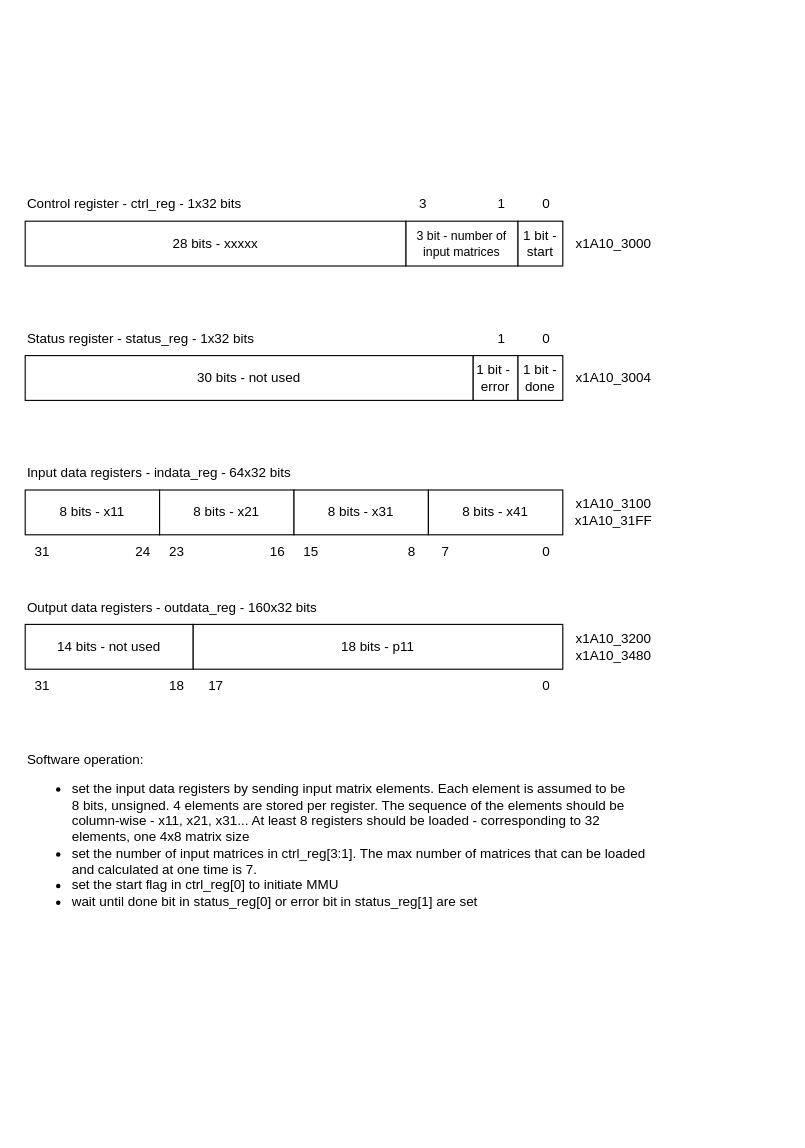
The draw.io diagram page "APB MMU and Conv RegMap" (1 of 6) of Diagrams.drawio in thevenus/etin35-pulpino, before the edit. Source tidied: cells renumbered, new cells numbered last; positions are measured from the earlier drawing's top-left corner, leaving out a move shared by most shapes. Both pictures are drawn from the tidied source at 112%, with x=0, y=0 at pixel (19, 187).
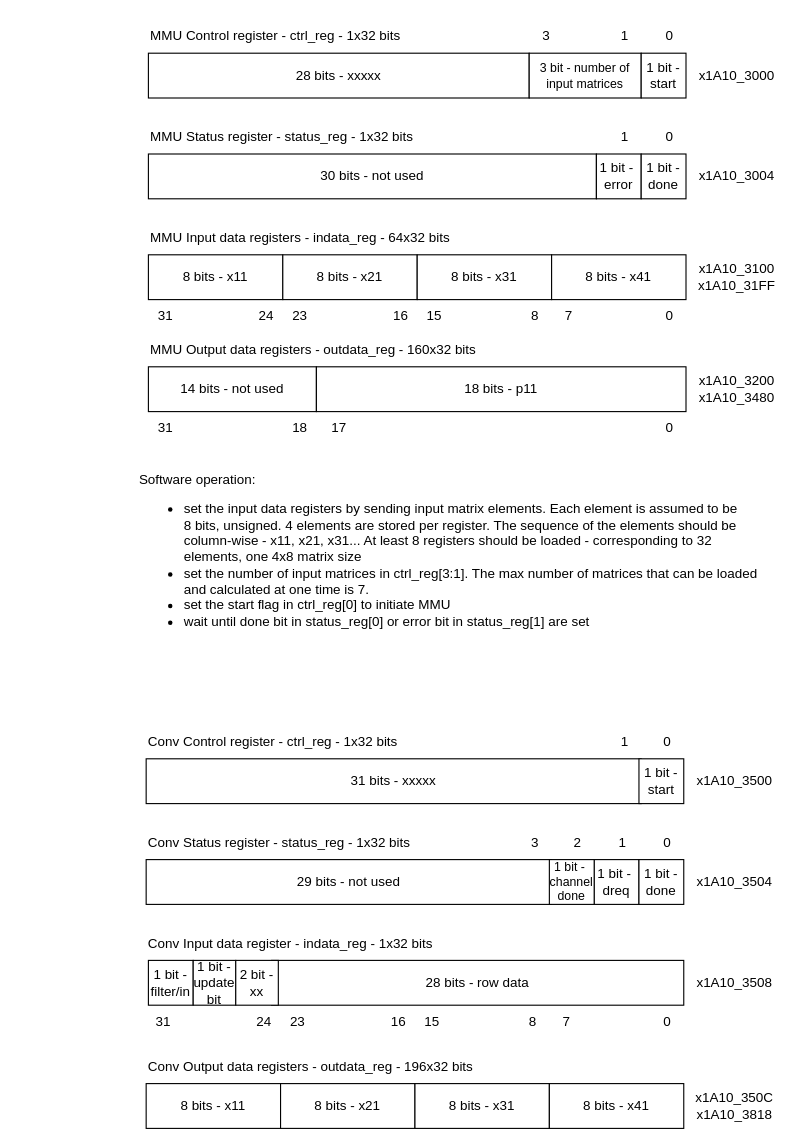
Above is the later version.

Commit message:
Updated the register map

Diff of the diagram source:
```diff
@@
     <mxCell id="2" value="8 bits - x11" style="rounded=0;whiteSpace=wrap;html=1;" parent="1" vertex="1">
-      <mxGeometry x="5" y="270" width="120" height="40" as="geometry" />
+      <mxGeometry x="115" y="60" width="120" height="40" as="geometry" />
     </mxCell>
     <mxCell id="3" value="8 bits - x21" style="rounded=0;whiteSpace=wrap;html=1;" parent="1" vertex="1">
-      <mxGeometry x="125" y="270" width="120" height="40" as="geometry" />
+      <mxGeometry x="235" y="60" width="120" height="40" as="geometry" />
     </mxCell>
     <mxCell id="4" value="8 bits - x31" style="rounded=0;whiteSpace=wrap;html=1;" parent="1" vertex="1">
-      <mxGeometry x="245" y="270" width="120" height="40" as="geometry" />
+      <mxGeometry x="355" y="60" width="120" height="40" as="geometry" />
     </mxCell>
     <mxCell id="5" value="8 bits - x41" style="rounded=0;whiteSpace=wrap;html=1;" parent="1" vertex="1">
-      <mxGeometry x="365" y="270" width="120" height="40" as="geometry" />
+      <mxGeometry x="475" y="60" width="120" height="40" as="geometry" />
     </mxCell>
-    <mxCell id="6" value="Input data registers - indata_reg - 64x32 bits" style="text;html=1;align=left;verticalAlign=middle;strokeColor=none;fillColor=none;" parent="1" vertex="1">
-      <mxGeometry x="5" y="240" width="260" height="30" as="geometry" />
+    <mxCell id="6" value="MMU Input data registers - indata_reg - 64x32 bits" style="text;html=1;align=left;verticalAlign=middle;strokeColor=none;fillColor=none;" parent="1" vertex="1">
+      <mxGeometry x="115" y="30" width="290" height="30" as="geometry" />
     </mxCell>
     <mxCell id="7" value="&lt;div&gt;x1A10_3100&lt;/div&gt;&lt;div&gt;x1A10_31FF&lt;/div&gt;" style="text;html=1;align=center;verticalAlign=middle;strokeColor=none;fillColor=none;" parent="1" vertex="1">
-      <mxGeometry x="485" y="270" width="90" height="40" as="geometry" />
+      <mxGeometry x="595" y="60" width="90" height="40" as="geometry" />
     </mxCell>
     <mxCell id="8" value="28 bits - xxxxx" style="rounded=0;whiteSpace=wrap;html=1;" parent="1" vertex="1">
-      <mxGeometry x="5" y="30" width="340" height="40" as="geometry" />
+      <mxGeometry x="115" y="-120" width="340" height="40" as="geometry" />
     </mxCell>
     <mxCell id="9" value="&lt;font style=&quot;font-size: 11px;&quot;&gt;3 bit - number of input matrices&lt;br&gt;&lt;/font&gt;" style="rounded=0;whiteSpace=wrap;html=1;" parent="1" vertex="1">
-      <mxGeometry x="345" y="30" width="100" height="40" as="geometry" />
+      <mxGeometry x="455" y="-120" width="100" height="40" as="geometry" />
     </mxCell>
     <mxCell id="10" value="1 bit - start" style="rounded=0;whiteSpace=wrap;html=1;" parent="1" vertex="1">
-      <mxGeometry x="445" y="30" width="40" height="40" as="geometry" />
+      <mxGeometry x="555" y="-120" width="40" height="40" as="geometry" />
     </mxCell>
-    <mxCell id="11" value="Control register - ctrl_reg - 1x32 bits" style="text;html=1;align=left;verticalAlign=middle;strokeColor=none;fillColor=none;" parent="1" vertex="1">
-      <mxGeometry x="5" width="210" height="30" as="geometry" />
+    <mxCell id="11" value="MMU Control register - ctrl_reg - 1x32 bits" style="text;html=1;align=left;verticalAlign=middle;strokeColor=none;fillColor=none;" parent="1" vertex="1">
+      <mxGeometry x="115" y="-150" width="250" height="30" as="geometry" />
     </mxCell>
     <mxCell id="12" value="&lt;div&gt;x1A10_3000&lt;/div&gt;" style="text;html=1;align=center;verticalAlign=middle;strokeColor=none;fillColor=none;" parent="1" vertex="1">
-      <mxGeometry x="485" y="35" width="90" height="30" as="geometry" />
+      <mxGeometry x="595" y="-115" width="90" height="30" as="geometry" />
     </mxCell>
     <mxCell id="13" value="30 bits - not used" style="rounded=0;whiteSpace=wrap;html=1;" parent="1" vertex="1">
-      <mxGeometry x="5" y="150" width="400" height="40" as="geometry" />
+      <mxGeometry x="115" y="-30" width="400" height="40" as="geometry" />
     </mxCell>
     <mxCell id="14" value="&lt;div&gt;1 bit -&amp;nbsp;&lt;/div&gt;&lt;div&gt;error&lt;/div&gt;" style="rounded=0;whiteSpace=wrap;html=1;" parent="1" vertex="1">
-      <mxGeometry x="405" y="150" width="40" height="40" as="geometry" />
+      <mxGeometry x="515" y="-30" width="40" height="40" as="geometry" />
     </mxCell>
     <mxCell id="15" value="1 bit - done" style="rounded=0;whiteSpace=wrap;html=1;" parent="1" vertex="1">
-      <mxGeometry x="445" y="150" width="40" height="40" as="geometry" />
+      <mxGeometry x="555" y="-30" width="40" height="40" as="geometry" />
     </mxCell>
-    <mxCell id="16" value="Status register - status_reg - 1x32 bits" style="text;html=1;align=left;verticalAlign=middle;strokeColor=none;fillColor=none;" parent="1" vertex="1">
-      <mxGeometry x="5" y="120" width="230" height="30" as="geometry" />
+    <mxCell id="16" value="MMU Status register - status_reg - 1x32 bits" style="text;html=1;align=left;verticalAlign=middle;strokeColor=none;fillColor=none;" parent="1" vertex="1">
+      <mxGeometry x="115" y="-60" width="260" height="30" as="geometry" />
     </mxCell>
     <mxCell id="17" value="&lt;div&gt;x1A10_3004&lt;/div&gt;" style="text;html=1;align=center;verticalAlign=middle;strokeColor=none;fillColor=none;" parent="1" vertex="1">
-      <mxGeometry x="485" y="155" width="90" height="30" as="geometry" />
+      <mxGeometry x="595" y="-25" width="90" height="30" as="geometry" />
     </mxCell>
     <mxCell id="18" value="0" style="text;html=1;align=center;verticalAlign=middle;strokeColor=none;fillColor=none;" parent="1" vertex="1">
-      <mxGeometry x="455" y="310" width="30" height="30" as="geometry" />
+      <mxGeometry x="565" y="100" width="30" height="30" as="geometry" />
     </mxCell>
     <mxCell id="19" value="7" style="text;html=1;align=center;verticalAlign=middle;strokeColor=none;fillColor=none;" parent="1" vertex="1">
-      <mxGeometry x="365" y="310" width="30" height="30" as="geometry" />
+      <mxGeometry x="475" y="100" width="30" height="30" as="geometry" />
     </mxCell>
     <mxCell id="20" value="15" style="text;html=1;align=center;verticalAlign=middle;strokeColor=none;fillColor=none;" parent="1" vertex="1">
-      <mxGeometry x="240" y="310" width="40" height="30" as="geometry" />
+      <mxGeometry x="350" y="100" width="40" height="30" as="geometry" />
     </mxCell>
     <mxCell id="21" value="8" style="text;html=1;align=center;verticalAlign=middle;strokeColor=none;fillColor=none;" parent="1" vertex="1">
-      <mxGeometry x="335" y="310" width="30" height="30" as="geometry" />
+      <mxGeometry x="445" y="100" width="30" height="30" as="geometry" />
     </mxCell>
     <mxCell id="22" value="23" style="text;html=1;align=center;verticalAlign=middle;strokeColor=none;fillColor=none;" parent="1" vertex="1">
-      <mxGeometry x="120" y="310" width="40" height="30" as="geometry" />
+      <mxGeometry x="230" y="100" width="40" height="30" as="geometry" />
     </mxCell>
     <mxCell id="23" value="16" style="text;html=1;align=center;verticalAlign=middle;strokeColor=none;fillColor=none;" parent="1" vertex="1">
-      <mxGeometry x="210" y="310" width="40" height="30" as="geometry" />
+      <mxGeometry x="320" y="100" width="40" height="30" as="geometry" />
     </mxCell>
     <mxCell id="24" value="31" style="text;html=1;align=center;verticalAlign=middle;strokeColor=none;fillColor=none;" parent="1" vertex="1">
-      <mxGeometry y="310" width="40" height="30" as="geometry" />
+      <mxGeometry x="110" y="100" width="40" height="30" as="geometry" />
     </mxCell>
     <mxCell id="25" value="24" style="text;html=1;align=center;verticalAlign=middle;strokeColor=none;fillColor=none;" parent="1" vertex="1">
-      <mxGeometry x="90" y="310" width="40" height="30" as="geometry" />
+      <mxGeometry x="200" y="100" width="40" height="30" as="geometry" />
     </mxCell>
     <mxCell id="26" value="0" style="text;html=1;align=center;verticalAlign=middle;strokeColor=none;fillColor=none;" parent="1" vertex="1">
-      <mxGeometry x="455" width="30" height="30" as="geometry" />
+      <mxGeometry x="565" y="-150" width="30" height="30" as="geometry" />
     </mxCell>
     <mxCell id="27" value="1" style="text;html=1;align=center;verticalAlign=middle;strokeColor=none;fillColor=none;" parent="1" vertex="1">
-      <mxGeometry x="415" width="30" height="30" as="geometry" />
+      <mxGeometry x="525" y="-150" width="30" height="30" as="geometry" />
     </mxCell>
     <mxCell id="28" value="3" style="text;html=1;align=center;verticalAlign=middle;strokeColor=none;fillColor=none;" parent="1" vertex="1">
-      <mxGeometry x="345" width="30" height="30" as="geometry" />
+      <mxGeometry x="455" y="-150" width="30" height="30" as="geometry" />
     </mxCell>
     <mxCell id="29" value="0" style="text;html=1;align=center;verticalAlign=middle;strokeColor=none;fillColor=none;" parent="1" vertex="1">
-      <mxGeometry x="455" y="120" width="30" height="30" as="geometry" />
+      <mxGeometry x="565" y="-60" width="30" height="30" as="geometry" />
     </mxCell>
     <mxCell id="30" value="1" style="text;html=1;align=center;verticalAlign=middle;strokeColor=none;fillColor=none;" parent="1" vertex="1">
-      <mxGeometry x="415" y="120" width="30" height="30" as="geometry" />
+      <mxGeometry x="525" y="-60" width="30" height="30" as="geometry" />
     </mxCell>
     <mxCell id="31" value="14 bits - not used" style="rounded=0;whiteSpace=wrap;html=1;" parent="1" vertex="1">
-      <mxGeometry x="5" y="390" width="150" height="40" as="geometry" />
+      <mxGeometry x="115" y="160" width="150" height="40" as="geometry" />
     </mxCell>
     <mxCell id="32" value="18 bits - p11" style="rounded=0;whiteSpace=wrap;html=1;" parent="1" vertex="1">
-      <mxGeometry x="155" y="390" width="330" height="40" as="geometry" />
+      <mxGeometry x="265" y="160" width="330" height="40" as="geometry" />
     </mxCell>
-    <mxCell id="33" value="Output data registers - outdata_reg - 160x32 bits" style="text;html=1;align=left;verticalAlign=middle;strokeColor=none;fillColor=none;" parent="1" vertex="1">
-      <mxGeometry x="5" y="360" width="280" height="30" as="geometry" />
+    <mxCell id="33" value="MMU Output data registers - outdata_reg - 160x32 bits" style="text;html=1;align=left;verticalAlign=middle;strokeColor=none;fillColor=none;" parent="1" vertex="1">
+      <mxGeometry x="115" y="130" width="310" height="30" as="geometry" />
     </mxCell>
     <mxCell id="34" value="&lt;div&gt;x1A10_3200&lt;/div&gt;&lt;div&gt;x1A10_3480&lt;/div&gt;" style="text;html=1;align=center;verticalAlign=middle;strokeColor=none;fillColor=none;" parent="1" vertex="1">
-      <mxGeometry x="485" y="390" width="90" height="40" as="geometry" />
+      <mxGeometry x="595" y="160" width="90" height="40" as="geometry" />
     </mxCell>
     <mxCell id="35" value="0" style="text;html=1;align=center;verticalAlign=middle;strokeColor=none;fillColor=none;" parent="1" vertex="1">
-      <mxGeometry x="455" y="430" width="30" height="30" as="geometry" />
+      <mxGeometry x="565" y="200" width="30" height="30" as="geometry" />
     </mxCell>
     <mxCell id="36" value="18" style="text;html=1;align=center;verticalAlign=middle;strokeColor=none;fillColor=none;" parent="1" vertex="1">
-      <mxGeometry x="120" y="430" width="40" height="30" as="geometry" />
+      <mxGeometry x="230" y="200" width="40" height="30" as="geometry" />
     </mxCell>
     <mxCell id="37" value="17" style="text;html=1;align=center;verticalAlign=middle;strokeColor=none;fillColor=none;" parent="1" vertex="1">
-      <mxGeometry x="155" y="430" width="40" height="30" as="geometry" />
+      <mxGeometry x="265" y="200" width="40" height="30" as="geometry" />
     </mxCell>
     <mxCell id="38" value="31" style="text;html=1;align=center;verticalAlign=middle;strokeColor=none;fillColor=none;" parent="1" vertex="1">
-      <mxGeometry y="430" width="40" height="30" as="geometry" />
+      <mxGeometry x="110" y="200" width="40" height="30" as="geometry" />
     </mxCell>
     <mxCell id="39" value="&lt;div&gt;Software operation:&lt;/div&gt;&lt;div&gt;&lt;ul&gt;&lt;li&gt;set the input data registers by sending input matrix elements. Each element is assumed to be&lt;br&gt;8 bits, unsigned. 4 elements are stored per register. The sequence of the elements should be&lt;br&gt;column-wise - x11, x21, x31... At least 8 registers should be loaded - corresponding to 32 &lt;br&gt;elements, one 4x8 matrix size&lt;br&gt;&lt;/li&gt;&lt;li&gt;set the number of input matrices in ctrl_reg[3:1]. The max number of matrices that can be loaded&lt;br&gt;and calculated at one time is 7.&lt;/li&gt;&lt;li&gt;set the start flag in ctrl_reg[0] to initiate MMU&lt;br&gt;&lt;/li&gt;&lt;li&gt;wait until done bit in status_reg[0] or error bit in status_reg[1] are set&lt;br&gt;&lt;/li&gt;&lt;/ul&gt;&lt;/div&gt;" style="text;html=1;align=left;verticalAlign=middle;strokeColor=none;fillColor=none;" parent="1" vertex="1">
-      <mxGeometry x="5" y="490" width="580" height="180" as="geometry" />
+      <mxGeometry x="105" y="240" width="580" height="180" as="geometry" />
     </mxCell>
+    <mxCell id="40" value="28 bits - row data" style="rounded=0;whiteSpace=wrap;html=1;" parent="1" vertex="1">
+      <mxGeometry x="225" y="690" width="368" height="40" as="geometry" />
+    </mxCell>
+    <mxCell id="41" value="1 bit - filter/in" style="rounded=0;whiteSpace=wrap;html=1;" parent="1" vertex="1">
+      <mxGeometry x="115" y="690" width="40" height="40" as="geometry" />
+    </mxCell>
+    <mxCell id="42" value="1 bit - update bit" style="rounded=0;whiteSpace=wrap;html=1;" parent="1" vertex="1">
+      <mxGeometry x="155" y="690" width="38" height="40" as="geometry" />
+    </mxCell>
+    <mxCell id="43" value="Conv Input data register - indata_reg - 1x32 bits" style="text;html=1;align=left;verticalAlign=middle;strokeColor=none;fillColor=none;" parent="1" vertex="1">
+      <mxGeometry x="113" y="660" width="280" height="30" as="geometry" />
+    </mxCell>
+    <mxCell id="44" value="&lt;div&gt;x1A10_3508&lt;/div&gt;" style="text;html=1;align=center;verticalAlign=middle;strokeColor=none;fillColor=none;" parent="1" vertex="1">
+      <mxGeometry x="593" y="695" width="90" height="30" as="geometry" />
+    </mxCell>
+    <mxCell id="45" value="31 bits - xxxxx" style="rounded=0;whiteSpace=wrap;html=1;" parent="1" vertex="1">
+      <mxGeometry x="113" y="510" width="442" height="40" as="geometry" />
+    </mxCell>
+    <mxCell id="46" value="1 bit - start" style="rounded=0;whiteSpace=wrap;html=1;" parent="1" vertex="1">
+      <mxGeometry x="553" y="510" width="40" height="40" as="geometry" />
+    </mxCell>
+    <mxCell id="47" value="Conv Control register - ctrl_reg - 1x32 bits" style="text;html=1;align=left;verticalAlign=middle;strokeColor=none;fillColor=none;" parent="1" vertex="1">
+      <mxGeometry x="113" y="480" width="250" height="30" as="geometry" />
+    </mxCell>
+    <mxCell id="48" value="&lt;div&gt;x1A10_3500&lt;/div&gt;" style="text;html=1;align=center;verticalAlign=middle;strokeColor=none;fillColor=none;" parent="1" vertex="1">
+      <mxGeometry x="593" y="515" width="90" height="30" as="geometry" />
+    </mxCell>
+    <mxCell id="49" value="29 bits - not used" style="rounded=0;whiteSpace=wrap;html=1;" parent="1" vertex="1">
+      <mxGeometry x="113" y="600" width="362" height="40" as="geometry" />
+    </mxCell>
+    <mxCell id="50" value="&lt;div&gt;1 bit -&amp;nbsp;&lt;/div&gt;&lt;div&gt;dreq&lt;/div&gt;" style="rounded=0;whiteSpace=wrap;html=1;" parent="1" vertex="1">
+      <mxGeometry x="513" y="600" width="40" height="40" as="geometry" />
+    </mxCell>
+    <mxCell id="51" value="1 bit - done" style="rounded=0;whiteSpace=wrap;html=1;" parent="1" vertex="1">
+      <mxGeometry x="553" y="600" width="40" height="40" as="geometry" />
+    </mxCell>
+    <mxCell id="52" value="Conv Status register - status_reg - 1x32 bits" style="text;html=1;align=left;verticalAlign=middle;strokeColor=none;fillColor=none;" parent="1" vertex="1">
+      <mxGeometry x="113" y="570" width="260" height="30" as="geometry" />
+    </mxCell>
+    <mxCell id="53" value="&lt;div&gt;x1A10_3504&lt;/div&gt;" style="text;html=1;align=center;verticalAlign=middle;strokeColor=none;fillColor=none;" parent="1" vertex="1">
+      <mxGeometry x="593" y="605" width="90" height="30" as="geometry" />
+    </mxCell>
+    <mxCell id="54" value="0" style="text;html=1;align=center;verticalAlign=middle;strokeColor=none;fillColor=none;" parent="1" vertex="1">
+      <mxGeometry x="563" y="730" width="30" height="30" as="geometry" />
+    </mxCell>
+    <mxCell id="55" value="7" style="text;html=1;align=center;verticalAlign=middle;strokeColor=none;fillColor=none;" parent="1" vertex="1">
+      <mxGeometry x="473" y="730" width="30" height="30" as="geometry" />
+    </mxCell>
+    <mxCell id="56" value="15" style="text;html=1;align=center;verticalAlign=middle;strokeColor=none;fillColor=none;" parent="1" vertex="1">
+      <mxGeometry x="348" y="730" width="40" height="30" as="geometry" />
+    </mxCell>
+    <mxCell id="57" value="8" style="text;html=1;align=center;verticalAlign=middle;strokeColor=none;fillColor=none;" parent="1" vertex="1">
+      <mxGeometry x="443" y="730" width="30" height="30" as="geometry" />
+    </mxCell>
+    <mxCell id="58" value="23" style="text;html=1;align=center;verticalAlign=middle;strokeColor=none;fillColor=none;" parent="1" vertex="1">
+      <mxGeometry x="228" y="730" width="40" height="30" as="geometry" />
+    </mxCell>
+    <mxCell id="59" value="16" style="text;html=1;align=center;verticalAlign=middle;strokeColor=none;fillColor=none;" parent="1" vertex="1">
+      <mxGeometry x="318" y="730" width="40" height="30" as="geometry" />
+    </mxCell>
+    <mxCell id="60" value="31" style="text;html=1;align=center;verticalAlign=middle;strokeColor=none;fillColor=none;" parent="1" vertex="1">
+      <mxGeometry x="108" y="730" width="40" height="30" as="geometry" />
+    </mxCell>
+    <mxCell id="61" value="24" style="text;html=1;align=center;verticalAlign=middle;strokeColor=none;fillColor=none;" parent="1" vertex="1">
+      <mxGeometry x="198" y="730" width="40" height="30" as="geometry" />
+    </mxCell>
+    <mxCell id="62" value="0" style="text;html=1;align=center;verticalAlign=middle;strokeColor=none;fillColor=none;" parent="1" vertex="1">
+      <mxGeometry x="563" y="480" width="30" height="30" as="geometry" />
+    </mxCell>
+    <mxCell id="63" value="1" style="text;html=1;align=center;verticalAlign=middle;strokeColor=none;fillColor=none;" parent="1" vertex="1">
+      <mxGeometry x="525" y="480" width="30" height="30" as="geometry" />
+    </mxCell>
+    <mxCell id="64" value="0" style="text;html=1;align=center;verticalAlign=middle;strokeColor=none;fillColor=none;" parent="1" vertex="1">
+      <mxGeometry x="563" y="570" width="30" height="30" as="geometry" />
+    </mxCell>
+    <mxCell id="65" value="1" style="text;html=1;align=center;verticalAlign=middle;strokeColor=none;fillColor=none;" parent="1" vertex="1">
+      <mxGeometry x="523" y="570" width="30" height="30" as="geometry" />
+    </mxCell>
+    <mxCell id="66" value="Conv Output data registers - outdata_reg - 196x32 bits" style="text;html=1;align=left;verticalAlign=middle;strokeColor=none;fillColor=none;" parent="1" vertex="1">
+      <mxGeometry x="113" y="770" width="310" height="30" as="geometry" />
+    </mxCell>
+    <mxCell id="67" value="&lt;div style=&quot;font-size: 11px;&quot;&gt;&lt;font style=&quot;font-size: 11px;&quot;&gt;1 bit -&amp;nbsp;&lt;/font&gt;&lt;/div&gt;&lt;div style=&quot;font-size: 11px;&quot;&gt;&lt;font style=&quot;font-size: 11px;&quot;&gt;channel done&lt;font style=&quot;font-size: 11px;&quot;&gt;&lt;br&gt;&lt;/font&gt;&lt;/font&gt;&lt;/div&gt;" style="rounded=0;whiteSpace=wrap;html=1;" parent="1" vertex="1">
+      <mxGeometry x="473" y="600" width="40" height="40" as="geometry" />
+    </mxCell>
+    <mxCell id="68" value="2" style="text;html=1;align=center;verticalAlign=middle;strokeColor=none;fillColor=none;" parent="1" vertex="1">
+      <mxGeometry x="483" y="570" width="30" height="30" as="geometry" />
+    </mxCell>
+    <mxCell id="69" value="3" style="text;html=1;align=center;verticalAlign=middle;strokeColor=none;fillColor=none;" parent="1" vertex="1">
+      <mxGeometry x="445" y="570" width="30" height="30" as="geometry" />
+    </mxCell>
+    <mxCell id="70" value="2 bit -xx" style="rounded=0;whiteSpace=wrap;html=1;" parent="1" vertex="1">
+      <mxGeometry x="193" y="690" width="38" height="40" as="geometry" />
+    </mxCell>
+    <mxCell id="71" value="8 bits - x11" style="rounded=0;whiteSpace=wrap;html=1;" parent="1" vertex="1">
+      <mxGeometry x="113" y="800" width="120" height="40" as="geometry" />
+    </mxCell>
+    <mxCell id="72" value="8 bits - x21" style="rounded=0;whiteSpace=wrap;html=1;" parent="1" vertex="1">
+      <mxGeometry x="233" y="800" width="120" height="40" as="geometry" />
+    </mxCell>
+    <mxCell id="73" value="8 bits - x31" style="rounded=0;whiteSpace=wrap;html=1;" parent="1" vertex="1">
+      <mxGeometry x="353" y="800" width="120" height="40" as="geometry" />
+    </mxCell>
+    <mxCell id="74" value="8 bits - x41" style="rounded=0;whiteSpace=wrap;html=1;" parent="1" vertex="1">
+      <mxGeometry x="473" y="800" width="120" height="40" as="geometry" />
+    </mxCell>
+    <mxCell id="75" value="&lt;div&gt;x1A10_350C&lt;/div&gt;&lt;div&gt;x1A10_3818&lt;/div&gt;" style="text;html=1;align=center;verticalAlign=middle;strokeColor=none;fillColor=none;" parent="1" vertex="1">
+      <mxGeometry x="593" y="800" width="90" height="40" as="geometry" />
+    </mxCell>
```
